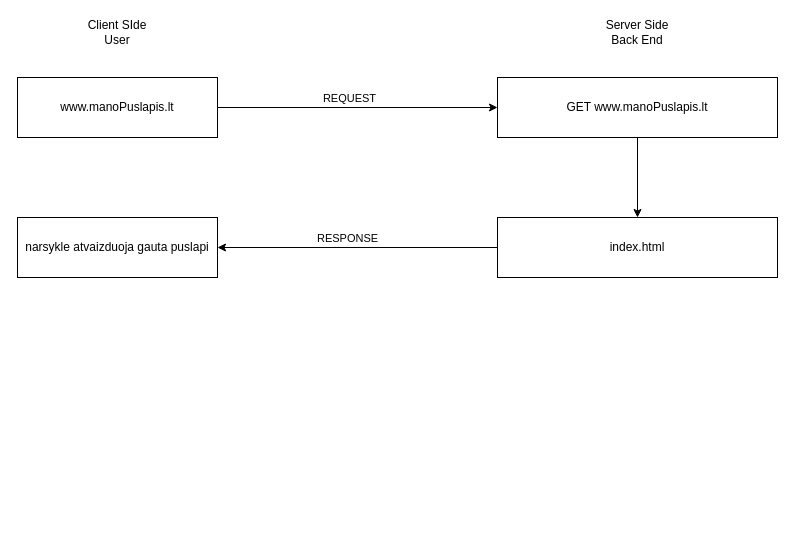
This is draw.drawio from MariusCodeAcademy/type12-node-02-http-rest-get-express, a draw.io file, before an edit. Source tidied: cells renumbered, new cells numbered last; positions are measured from the earlier drawing's top-left corner, leaving out a move shared by most shapes. Both pictures are drawn from the tidied source at 100%, with x=0, y=0 at pixel (17, 17).
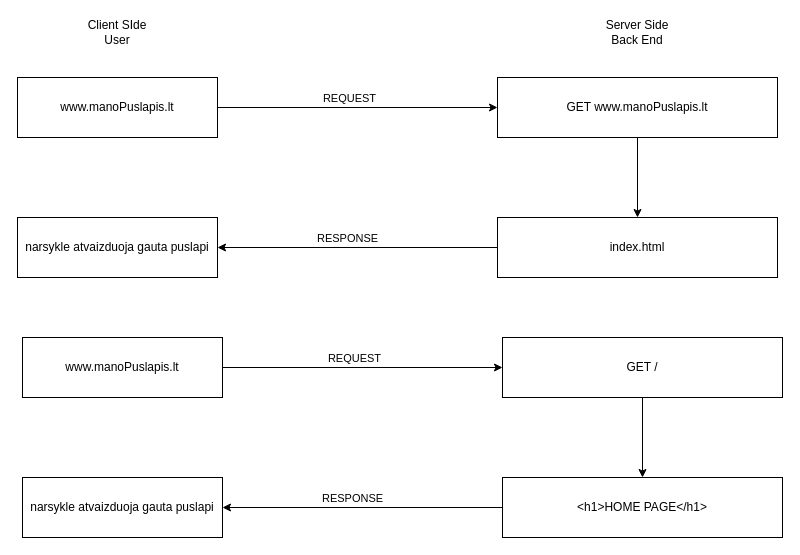
The same diagram, later.

The edit, as a diff of the source:
```diff
@@
+    <mxCell id="13" style="edgeStyle=none;html=1;entryX=0;entryY=0.5;entryDx=0;entryDy=0;" parent="1" edge="1" source="15" target="17">
+      <mxGeometry relative="1" as="geometry" />
+    </mxCell>
+    <mxCell id="14" value="REQUEST" style="edgeLabel;html=1;align=center;verticalAlign=middle;" parent="13" vertex="1">
+      <mxGeometry x="-0.13" y="-2" relative="1" as="geometry">
+        <mxPoint x="9" y="-12" as="offset" />
+      </mxGeometry>
+    </mxCell>
+    <mxCell id="15" value="www.manoPuslapis.lt" style="rounded=0;whiteSpace=wrap;html=1;" parent="1" vertex="1">
+      <mxGeometry x="5" y="320" width="200" height="60" as="geometry" />
+    </mxCell>
+    <mxCell id="16" style="edgeStyle=none;html=1;" parent="1" edge="1" source="17" target="20">
+      <mxGeometry relative="1" as="geometry" />
+    </mxCell>
+    <mxCell id="17" value="GET /" style="rounded=0;whiteSpace=wrap;html=1;" parent="1" vertex="1">
+      <mxGeometry x="485" y="320" width="280" height="60" as="geometry" />
+    </mxCell>
+    <mxCell id="18" style="edgeStyle=none;html=1;" parent="1" edge="1" source="20">
+      <mxGeometry relative="1" as="geometry">
+        <mxPoint x="205" y="490" as="targetPoint" />
+      </mxGeometry>
+    </mxCell>
+    <mxCell id="19" value="RESPONSE" style="edgeLabel;html=1;align=center;verticalAlign=middle;" parent="18" vertex="1">
+      <mxGeometry x="0.08" relative="1" as="geometry">
+        <mxPoint y="-10" as="offset" />
+      </mxGeometry>
+    </mxCell>
+    <mxCell id="20" value="&amp;lt;h1&amp;gt;HOME PAGE&amp;lt;/h1&amp;gt;" style="rounded=0;whiteSpace=wrap;html=1;" parent="1" vertex="1">
+      <mxGeometry x="485" y="460" width="280" height="60" as="geometry" />
+    </mxCell>
+    <mxCell id="21" value="narsykle atvaizduoja gauta puslapi" style="rounded=0;whiteSpace=wrap;html=1;" parent="1" vertex="1">
+      <mxGeometry x="5" y="460" width="200" height="60" as="geometry" />
+    </mxCell>
```
